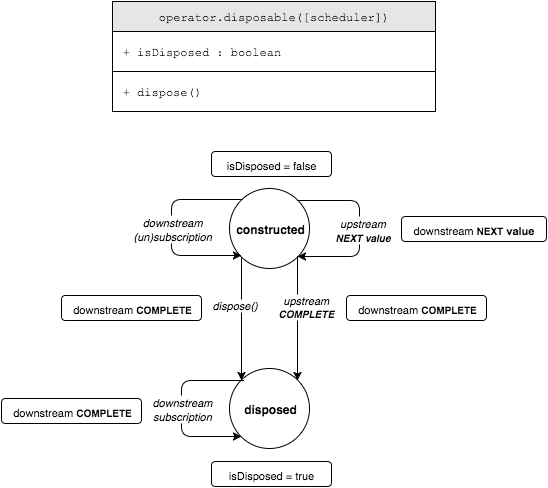
Above: operator/stimulus.png in bholloway/rxjs-operators (draw.io), before the change. Source tidied: cells renumbered, new cells last; positions are measured from the earlier drawing's top-left corner, leaving out a move shared by most shapes. Its diagram source:
```xml
<mxGraphModel background="#ffffff">
  <root>
    <mxCell id="0" />
    <mxCell id="1" parent="0" />
    <mxCell id="2" style="group;" parent="1" vertex="1">
      <mxGeometry x="111" width="323" height="110" as="geometry" />
    </mxCell>
    <mxCell id="3" style="group;" parent="2" vertex="1">
      <mxGeometry width="323" height="110" as="geometry" />
    </mxCell>
    <mxCell id="4" value="&lt;span&gt;operator.&lt;/span&gt;disposable([scheduler])" style="whiteSpace=wrap;html=1;fillColor=#E6E6E6;fontFamily=Courier New;" parent="3" vertex="1">
      <mxGeometry width="323" height="30" as="geometry" />
    </mxCell>
    <mxCell id="5" value="&lt;div&gt;&lt;span style=&quot;line-height: 1.2&quot;&gt;&amp;nbsp;+ isDisposed : boolean&lt;/span&gt;&lt;br&gt;&lt;/div&gt;" style="whiteSpace=wrap;html=1;fillColor=none;align=left;fontFamily=Courier New;" parent="3" vertex="1">
      <mxGeometry y="30" width="323" height="40" as="geometry" />
    </mxCell>
    <mxCell id="6" value="&lt;span&gt;&amp;nbsp;+ dispose()&lt;/span&gt;" style="whiteSpace=wrap;html=1;fillColor=none;align=left;fontFamily=Courier New;" parent="3" vertex="1">
      <mxGeometry y="70" width="323" height="40" as="geometry" />
    </mxCell>
    <mxCell id="7" style="group;" parent="1" vertex="1">
      <mxGeometry y="150" width="545" height="335" as="geometry" />
    </mxCell>
    <mxCell id="8" value="&lt;font style=&quot;font-size: 11px&quot;&gt;isDisposed = true&lt;/font&gt;" style="rounded=1;whiteSpace=wrap;html=1;strokeColor=#000000;fillColor=#ffffff;align=center;" parent="7" vertex="1">
      <mxGeometry x="210" y="310" width="120" height="25" as="geometry" />
    </mxCell>
    <mxCell id="9" value="&lt;font style=&quot;font-size: 11px&quot;&gt;isDisposed = false&lt;/font&gt;" style="rounded=1;whiteSpace=wrap;html=1;strokeColor=#000000;fillColor=#ffffff;align=center;" parent="7" vertex="1">
      <mxGeometry x="210" width="120" height="25" as="geometry" />
    </mxCell>
    <mxCell id="10" value="disposed" style="ellipse;whiteSpace=wrap;html=1;fillColor=#ffffff;fontStyle=1;" parent="7" vertex="1">
      <mxGeometry x="228" y="217" width="80" height="80" as="geometry" />
    </mxCell>
    <mxCell id="11" value="&lt;i&gt;&lt;span&gt;dispose()&lt;/span&gt;&lt;/i&gt;" style="endArrow=classic;html=1;entryX=0;entryY=0;exitX=0;exitY=1;" parent="7" edge="1" source="16" target="10">
      <mxGeometry x="-0.23" y="-7" relative="1" as="geometry" />
    </mxCell>
    <mxCell id="12" value="&lt;font&gt;&lt;span style=&quot;font-size: 11px&quot;&gt;downstream&lt;/span&gt;&lt;b style=&quot;font-size: 11px&quot;&gt;&amp;nbsp;&lt;/b&gt;&lt;b&gt;&lt;font style=&quot;font-size: 10px&quot;&gt;COMPLETE&lt;/font&gt;&lt;/b&gt;&lt;/font&gt;" style="rounded=1;whiteSpace=wrap;html=1;strokeColor=#000000;fillColor=#ffffff;align=center;" parent="7" vertex="1">
      <mxGeometry x="345" y="144" width="140" height="25" as="geometry" />
    </mxCell>
    <mxCell id="13" style="edgeStyle=segmentEdgeStyle;endArrow=classic;html=1;entryX=0;entryY=1;" parent="7" edge="1" target="10">
      <mxGeometry relative="1" as="geometry">
        <mxPoint x="242" y="229" as="sourcePoint" />
        <Array as="points">
          <mxPoint x="180" y="229" />
          <mxPoint x="180" y="285" />
        </Array>
      </mxGeometry>
    </mxCell>
    <mxCell id="14" value="&lt;div&gt;&lt;font style=&quot;font-size: 11px&quot;&gt;&lt;i&gt;downstream&lt;/i&gt;&lt;br&gt;&lt;/font&gt;&lt;/div&gt;&lt;div&gt;&lt;i&gt;&lt;font style=&quot;font-size: 11px&quot;&gt;subscription&lt;/font&gt;&lt;/i&gt;&lt;/div&gt;" style="text;html=1;align=center;verticalAlign=middle;labelBackgroundColor=#ffffff;" parent="13" vertex="1">
      <mxGeometry y="1" relative="1" as="geometry">
        <mxPoint x="-1" as="offset" />
      </mxGeometry>
    </mxCell>
    <mxCell id="15" value="&lt;font&gt;&lt;span style=&quot;font-size: 11px&quot;&gt;downstream&lt;/span&gt;&lt;b style=&quot;font-size: 11px&quot;&gt;&amp;nbsp;&lt;/b&gt;&lt;b&gt;&lt;font style=&quot;font-size: 10px&quot;&gt;COMPLETE&lt;/font&gt;&lt;/b&gt;&lt;/font&gt;" style="rounded=1;whiteSpace=wrap;html=1;strokeColor=#000000;fillColor=#ffffff;align=center;" parent="7" vertex="1">
      <mxGeometry y="247" width="140" height="25" as="geometry" />
    </mxCell>
    <mxCell id="16" value="constructed" style="ellipse;whiteSpace=wrap;html=1;fillColor=#ffffff;fontStyle=1;" parent="7" vertex="1">
      <mxGeometry x="228" y="37" width="80" height="80" as="geometry" />
    </mxCell>
    <mxCell id="17" style="edgeStyle=segmentEdgeStyle;endArrow=classic;html=1;entryX=0;entryY=1;" parent="7" edge="1">
      <mxGeometry x="170" y="48" as="geometry">
        <mxPoint x="241" y="48" as="sourcePoint" />
        <mxPoint x="240.4" y="104.2" as="targetPoint" />
        <Array as="points">
          <mxPoint x="241" y="48" />
          <mxPoint x="170" y="48" />
          <mxPoint x="170" y="104" />
        </Array>
      </mxGeometry>
    </mxCell>
    <mxCell id="18" value="&lt;div&gt;&lt;span style=&quot;font-size: 11px ; line-height: 13.2px&quot;&gt;&lt;i&gt;downstream&lt;/i&gt;&lt;/span&gt;&lt;/div&gt;&lt;div&gt;&lt;i&gt;&lt;font style=&quot;font-size: 11px&quot;&gt;(un)subscription&lt;/font&gt;&lt;/i&gt;&lt;/div&gt;" style="text;html=1;align=center;verticalAlign=middle;labelBackgroundColor=#ffffff;" parent="17" vertex="1">
      <mxGeometry y="1" relative="1" as="geometry">
        <mxPoint x="-1" as="offset" />
      </mxGeometry>
    </mxCell>
    <mxCell id="19" value="&lt;font&gt;&lt;span style=&quot;font-size: 11px&quot;&gt;downstream&lt;/span&gt;&lt;b style=&quot;font-size: 11px&quot;&gt;&amp;nbsp;&lt;/b&gt;&lt;b&gt;&lt;font style=&quot;font-size: 10px&quot;&gt;NEXT&lt;/font&gt;&lt;span style=&quot;font-size: 11px&quot;&gt; value&lt;/span&gt;&lt;/b&gt;&lt;/font&gt;" style="rounded=1;whiteSpace=wrap;html=1;strokeColor=#000000;fillColor=#ffffff;align=center;" parent="7" vertex="1">
      <mxGeometry x="400" y="65" width="145" height="25" as="geometry" />
    </mxCell>
    <mxCell id="20" style="edgeStyle=segmentEdgeStyle;endArrow=classic;html=1;entryX=1;entryY=1;" parent="7" edge="1" target="16">
      <mxGeometry x="358.2" y="48.9" as="geometry">
        <mxPoint x="296" y="49" as="sourcePoint" />
        <Array as="points">
          <mxPoint x="358" y="49" />
          <mxPoint x="358" y="105" />
        </Array>
      </mxGeometry>
    </mxCell>
    <mxCell id="21" value="&lt;div&gt;&lt;span&gt;&lt;i&gt;&lt;font style=&quot;font-size: 11px&quot;&gt;upstream&lt;/font&gt;&lt;/i&gt;&lt;/span&gt;&lt;br&gt;&lt;/div&gt;&lt;div&gt;&lt;i&gt;&lt;font style=&quot;font-size: 10px&quot;&gt;&lt;b&gt;NEXT value&lt;/b&gt;&lt;/font&gt;&lt;/i&gt;&lt;/div&gt;" style="text;html=1;align=center;verticalAlign=middle;labelBackgroundColor=#ffffff;" parent="20" vertex="1">
      <mxGeometry y="1" relative="1" as="geometry">
        <mxPoint x="2" as="offset" />
      </mxGeometry>
    </mxCell>
    <mxCell id="22" value="&lt;div&gt;&lt;i&gt;&lt;font&gt;upstream&lt;/font&gt;&lt;/i&gt;&lt;br&gt;&lt;/div&gt;&lt;div&gt;&lt;i&gt;&lt;font style=&quot;font-size: 10px&quot;&gt;&lt;b&gt;COMPLETE&lt;/b&gt;&lt;/font&gt;&lt;/i&gt;&lt;/div&gt;" style="endArrow=classic;html=1;entryX=1;entryY=0;exitX=1;exitY=1;" parent="7" edge="1" source="16" target="10">
      <mxGeometry x="-166" y="953" as="geometry">
        <mxPoint x="9" y="-12" as="offset" />
      </mxGeometry>
    </mxCell>
    <mxCell id="23" value="&lt;font&gt;&lt;span style=&quot;font-size: 11px&quot;&gt;downstream&lt;/span&gt;&lt;b style=&quot;font-size: 11px&quot;&gt;&amp;nbsp;&lt;/b&gt;&lt;b&gt;&lt;font style=&quot;font-size: 10px&quot;&gt;COMPLETE&lt;/font&gt;&lt;/b&gt;&lt;/font&gt;" style="rounded=1;whiteSpace=wrap;html=1;strokeColor=#000000;fillColor=#ffffff;align=center;" parent="7" vertex="1">
      <mxGeometry x="60" y="144" width="140" height="25" as="geometry" />
    </mxCell>
  </root>
</mxGraphModel>
```
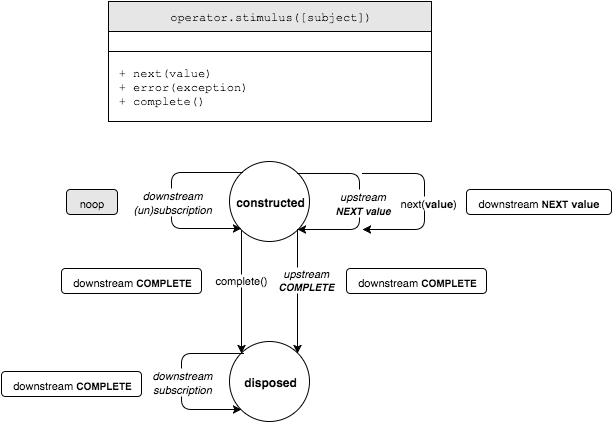
After the change.

What changed in the source:
```diff
@@ -2,45 +2,36 @@
   <root>
     <mxCell id="0" />
     <mxCell id="1" parent="0" />
-    <mxCell id="2" style="group;" parent="1" vertex="1">
-      <mxGeometry x="111" width="323" height="110" as="geometry" />
-    </mxCell>
-    <mxCell id="3" style="group;" parent="2" vertex="1">
-      <mxGeometry width="323" height="110" as="geometry" />
-    </mxCell>
+    <mxCell id="24" style="group;" parent="1" vertex="1">
+      <mxGeometry x="107" y="42" width="323" height="120" as="geometry" />
+    </mxCell>
-    <mxCell id="4" value="&lt;span&gt;operator.&lt;/span&gt;disposable([scheduler])" style="whiteSpace=wrap;html=1;fillColor=#E6E6E6;fontFamily=Courier New;" parent="3" vertex="1">
+    <mxCell id="4" value="&lt;span&gt;operator.&lt;/span&gt;stimulus([subject])" style="whiteSpace=wrap;html=1;fillColor=#E6E6E6;fontFamily=Courier New;" parent="24" vertex="1">
       <mxGeometry width="323" height="30" as="geometry" />
     </mxCell>
-    <mxCell id="5" value="&lt;div&gt;&lt;span style=&quot;line-height: 1.2&quot;&gt;&amp;nbsp;+ isDisposed : boolean&lt;/span&gt;&lt;br&gt;&lt;/div&gt;" style="whiteSpace=wrap;html=1;fillColor=none;align=left;fontFamily=Courier New;" parent="3" vertex="1">
-      <mxGeometry y="30" width="323" height="40" as="geometry" />
+    <mxCell id="5" value="&lt;div&gt;&amp;nbsp;+ next(value)&lt;/div&gt;&lt;div&gt;&amp;nbsp;+ error(exception)&lt;/div&gt;&lt;div&gt;&amp;nbsp;+ complete()&lt;/div&gt;" style="whiteSpace=wrap;html=1;fillColor=none;align=left;fontFamily=Courier New;" parent="24" vertex="1">
+      <mxGeometry y="50" width="323" height="70" as="geometry" />
     </mxCell>
-    <mxCell id="6" value="&lt;span&gt;&amp;nbsp;+ dispose()&lt;/span&gt;" style="whiteSpace=wrap;html=1;fillColor=none;align=left;fontFamily=Courier New;" parent="3" vertex="1">
-      <mxGeometry y="70" width="323" height="40" as="geometry" />
+    <mxCell id="6" style="whiteSpace=wrap;html=1;fillColor=none;align=left;fontFamily=Courier New;" parent="24" vertex="1">
+      <mxGeometry y="30" width="323" height="20" as="geometry" />
     </mxCell>
-    <mxCell id="7" style="group;" parent="1" vertex="1">
-      <mxGeometry y="150" width="545" height="335" as="geometry" />
-    </mxCell>
-    <mxCell id="8" value="&lt;font style=&quot;font-size: 11px&quot;&gt;isDisposed = true&lt;/font&gt;" style="rounded=1;whiteSpace=wrap;html=1;strokeColor=#000000;fillColor=#ffffff;align=center;" parent="7" vertex="1">
-      <mxGeometry x="210" y="310" width="120" height="25" as="geometry" />
-    </mxCell>
-    <mxCell id="9" value="&lt;font style=&quot;font-size: 11px&quot;&gt;isDisposed = false&lt;/font&gt;" style="rounded=1;whiteSpace=wrap;html=1;strokeColor=#000000;fillColor=#ffffff;align=center;" parent="7" vertex="1">
-      <mxGeometry x="210" width="120" height="25" as="geometry" />
-    </mxCell>
+    <mxCell id="25" style="group;fontStyle=1;fontColor=#FFFFFF;" parent="1" vertex="1">
+      <mxGeometry y="202" width="610" height="260" as="geometry" />
+    </mxCell>
-    <mxCell id="10" value="disposed" style="ellipse;whiteSpace=wrap;html=1;fillColor=#ffffff;fontStyle=1;" parent="7" vertex="1">
-      <mxGeometry x="228" y="217" width="80" height="80" as="geometry" />
+    <mxCell id="10" value="disposed" style="ellipse;whiteSpace=wrap;html=1;fillColor=#ffffff;fontStyle=1;" parent="25" vertex="1">
+      <mxGeometry x="228" y="180" width="80" height="80" as="geometry" />
     </mxCell>
-    <mxCell id="11" value="&lt;i&gt;&lt;span&gt;dispose()&lt;/span&gt;&lt;/i&gt;" style="endArrow=classic;html=1;entryX=0;entryY=0;exitX=0;exitY=1;" parent="7" edge="1" source="16" target="10">
-      <mxGeometry x="-0.23" y="-7" relative="1" as="geometry" />
+    <mxCell id="11" value="complete()" style="endArrow=classic;html=1;entryX=0;entryY=0;exitX=0;exitY=1;" parent="25" edge="1" source="16" target="10">
+      <mxGeometry x="-0.19" relative="1" as="geometry" />
     </mxCell>
-    <mxCell id="12" value="&lt;font&gt;&lt;span style=&quot;font-size: 11px&quot;&gt;downstream&lt;/span&gt;&lt;b style=&quot;font-size: 11px&quot;&gt;&amp;nbsp;&lt;/b&gt;&lt;b&gt;&lt;font style=&quot;font-size: 10px&quot;&gt;COMPLETE&lt;/font&gt;&lt;/b&gt;&lt;/font&gt;" style="rounded=1;whiteSpace=wrap;html=1;strokeColor=#000000;fillColor=#ffffff;align=center;" parent="7" vertex="1">
-      <mxGeometry x="345" y="144" width="140" height="25" as="geometry" />
+    <mxCell id="12" value="&lt;font&gt;&lt;span style=&quot;font-size: 11px&quot;&gt;downstream&lt;/span&gt;&lt;b style=&quot;font-size: 11px&quot;&gt;&amp;nbsp;&lt;/b&gt;&lt;b&gt;&lt;font style=&quot;font-size: 10px&quot;&gt;COMPLETE&lt;/font&gt;&lt;/b&gt;&lt;/font&gt;" style="rounded=1;whiteSpace=wrap;html=1;strokeColor=#000000;fillColor=#ffffff;align=center;" parent="25" vertex="1">
+      <mxGeometry x="345" y="107" width="140" height="25" as="geometry" />
     </mxCell>
-    <mxCell id="13" style="edgeStyle=segmentEdgeStyle;endArrow=classic;html=1;entryX=0;entryY=1;" parent="7" edge="1" target="10">
+    <mxCell id="13" style="edgeStyle=segmentEdgeStyle;endArrow=classic;html=1;entryX=0;entryY=1;" parent="25" edge="1" target="10">
       <mxGeometry relative="1" as="geometry">
-        <mxPoint x="242" y="229" as="sourcePoint" />
+        <mxPoint x="242" y="192" as="sourcePoint" />
         <Array as="points">
-          <mxPoint x="180" y="229" />
-          <mxPoint x="180" y="285" />
+          <mxPoint x="180" y="192" />
+          <mxPoint x="180" y="248" />
         </Array>
       </mxGeometry>
     </mxCell>
@@ -49,20 +40,20 @@
         <mxPoint x="-1" as="offset" />
       </mxGeometry>
     </mxCell>
-    <mxCell id="15" value="&lt;font&gt;&lt;span style=&quot;font-size: 11px&quot;&gt;downstream&lt;/span&gt;&lt;b style=&quot;font-size: 11px&quot;&gt;&amp;nbsp;&lt;/b&gt;&lt;b&gt;&lt;font style=&quot;font-size: 10px&quot;&gt;COMPLETE&lt;/font&gt;&lt;/b&gt;&lt;/font&gt;" style="rounded=1;whiteSpace=wrap;html=1;strokeColor=#000000;fillColor=#ffffff;align=center;" parent="7" vertex="1">
-      <mxGeometry y="247" width="140" height="25" as="geometry" />
+    <mxCell id="15" value="&lt;font&gt;&lt;span style=&quot;font-size: 11px&quot;&gt;downstream&lt;/span&gt;&lt;b style=&quot;font-size: 11px&quot;&gt;&amp;nbsp;&lt;/b&gt;&lt;b&gt;&lt;font style=&quot;font-size: 10px&quot;&gt;COMPLETE&lt;/font&gt;&lt;/b&gt;&lt;/font&gt;" style="rounded=1;whiteSpace=wrap;html=1;strokeColor=#000000;fillColor=#ffffff;align=center;" parent="25" vertex="1">
+      <mxGeometry y="210" width="140" height="25" as="geometry" />
     </mxCell>
-    <mxCell id="16" value="constructed" style="ellipse;whiteSpace=wrap;html=1;fillColor=#ffffff;fontStyle=1;" parent="7" vertex="1">
-      <mxGeometry x="228" y="37" width="80" height="80" as="geometry" />
+    <mxCell id="16" value="constructed" style="ellipse;whiteSpace=wrap;html=1;fillColor=#ffffff;fontStyle=1;" parent="25" vertex="1">
+      <mxGeometry x="228" width="80" height="80" as="geometry" />
     </mxCell>
-    <mxCell id="17" style="edgeStyle=segmentEdgeStyle;endArrow=classic;html=1;entryX=0;entryY=1;" parent="7" edge="1">
-      <mxGeometry x="170" y="48" as="geometry">
-        <mxPoint x="241" y="48" as="sourcePoint" />
-        <mxPoint x="240.4" y="104.2" as="targetPoint" />
+    <mxCell id="17" style="edgeStyle=segmentEdgeStyle;endArrow=classic;html=1;entryX=0;entryY=1;" parent="25" edge="1">
+      <mxGeometry x="170" y="11" as="geometry">
+        <mxPoint x="241" y="11" as="sourcePoint" />
+        <mxPoint x="240.4" y="67.2" as="targetPoint" />
         <Array as="points">
-          <mxPoint x="241" y="48" />
-          <mxPoint x="170" y="48" />
-          <mxPoint x="170" y="104" />
+          <mxPoint x="241" y="11" />
+          <mxPoint x="170" y="11" />
+          <mxPoint x="170" y="67" />
         </Array>
       </mxGeometry>
     </mxCell>
@@ -71,15 +62,15 @@
         <mxPoint x="-1" as="offset" />
       </mxGeometry>
     </mxCell>
-    <mxCell id="19" value="&lt;font&gt;&lt;span style=&quot;font-size: 11px&quot;&gt;downstream&lt;/span&gt;&lt;b style=&quot;font-size: 11px&quot;&gt;&amp;nbsp;&lt;/b&gt;&lt;b&gt;&lt;font style=&quot;font-size: 10px&quot;&gt;NEXT&lt;/font&gt;&lt;span style=&quot;font-size: 11px&quot;&gt; value&lt;/span&gt;&lt;/b&gt;&lt;/font&gt;" style="rounded=1;whiteSpace=wrap;html=1;strokeColor=#000000;fillColor=#ffffff;align=center;" parent="7" vertex="1">
-      <mxGeometry x="400" y="65" width="145" height="25" as="geometry" />
+    <mxCell id="19" value="&lt;font&gt;&lt;span style=&quot;font-size: 11px&quot;&gt;downstream&lt;/span&gt;&lt;b style=&quot;font-size: 11px&quot;&gt;&amp;nbsp;&lt;/b&gt;&lt;b&gt;&lt;font style=&quot;font-size: 10px&quot;&gt;NEXT&lt;/font&gt;&lt;span style=&quot;font-size: 11px&quot;&gt; value&lt;/span&gt;&lt;/b&gt;&lt;/font&gt;" style="rounded=1;whiteSpace=wrap;html=1;strokeColor=#000000;fillColor=#ffffff;align=center;" parent="25" vertex="1">
+      <mxGeometry x="465" y="28" width="145" height="25" as="geometry" />
     </mxCell>
-    <mxCell id="20" style="edgeStyle=segmentEdgeStyle;endArrow=classic;html=1;entryX=1;entryY=1;" parent="7" edge="1" target="16">
-      <mxGeometry x="358.2" y="48.9" as="geometry">
-        <mxPoint x="296" y="49" as="sourcePoint" />
+    <mxCell id="20" style="edgeStyle=segmentEdgeStyle;endArrow=classic;html=1;entryX=1;entryY=1;" parent="25" edge="1" target="16">
+      <mxGeometry x="358.2" y="11.9" as="geometry">
+        <mxPoint x="296" y="12" as="sourcePoint" />
         <Array as="points">
-          <mxPoint x="358" y="49" />
-          <mxPoint x="358" y="105" />
+          <mxPoint x="358" y="12" />
+          <mxPoint x="358" y="68" />
         </Array>
       </mxGeometry>
     </mxCell>
@@ -88,13 +79,31 @@
         <mxPoint x="2" as="offset" />
       </mxGeometry>
     </mxCell>
-    <mxCell id="22" value="&lt;div&gt;&lt;i&gt;&lt;font&gt;upstream&lt;/font&gt;&lt;/i&gt;&lt;br&gt;&lt;/div&gt;&lt;div&gt;&lt;i&gt;&lt;font style=&quot;font-size: 10px&quot;&gt;&lt;b&gt;COMPLETE&lt;/b&gt;&lt;/font&gt;&lt;/i&gt;&lt;/div&gt;" style="endArrow=classic;html=1;entryX=1;entryY=0;exitX=1;exitY=1;" parent="7" edge="1" source="16" target="10">
-      <mxGeometry x="-166" y="953" as="geometry">
+    <mxCell id="22" value="&lt;div&gt;&lt;i&gt;&lt;font&gt;upstream&lt;/font&gt;&lt;/i&gt;&lt;br&gt;&lt;/div&gt;&lt;div&gt;&lt;i&gt;&lt;font style=&quot;font-size: 10px&quot;&gt;&lt;b&gt;COMPLETE&lt;/b&gt;&lt;/font&gt;&lt;/i&gt;&lt;/div&gt;" style="endArrow=classic;html=1;entryX=1;entryY=0;exitX=1;exitY=1;" parent="25" edge="1" source="16" target="10">
+      <mxGeometry x="-166" y="916" as="geometry">
         <mxPoint x="9" y="-12" as="offset" />
       </mxGeometry>
     </mxCell>
+    <mxCell id="7" style="edgeStyle=segmentEdgeStyle;endArrow=classic;html=1;entryX=1;entryY=1;" parent="25" edge="1">
+      <mxGeometry x="423.2" y="11.9" as="geometry">
+        <mxPoint x="361" y="12" as="sourcePoint" />
+        <mxPoint x="361" y="68" as="targetPoint" />
+        <Array as="points">
+          <mxPoint x="423" y="12" />
+          <mxPoint x="423" y="68" />
+        </Array>
+      </mxGeometry>
+    </mxCell>
+    <mxCell id="26" value="&lt;div&gt;&lt;span style=&quot;font-size: 11px ; line-height: 13.2px&quot;&gt;next(&lt;b&gt;value&lt;/b&gt;)&lt;/span&gt;&lt;/div&gt;" style="text;html=1;align=center;verticalAlign=middle;labelBackgroundColor=#ffffff;" parent="7" vertex="1">
+      <mxGeometry y="1" relative="1" as="geometry">
+        <mxPoint x="2" as="offset" />
+      </mxGeometry>
+    </mxCell>
+    <mxCell id="27" value="&lt;span style=&quot;font-size: 11px ; line-height: 13.2px&quot;&gt;noop&lt;/span&gt;" style="rounded=1;whiteSpace=wrap;html=1;strokeColor=#000000;fillColor=#E6E6E6;align=center;" parent="25" vertex="1">
+      <mxGeometry x="65" y="28" width="51" height="25" as="geometry" />
+    </mxCell>
-    <mxCell id="23" value="&lt;font&gt;&lt;span style=&quot;font-size: 11px&quot;&gt;downstream&lt;/span&gt;&lt;b style=&quot;font-size: 11px&quot;&gt;&amp;nbsp;&lt;/b&gt;&lt;b&gt;&lt;font style=&quot;font-size: 10px&quot;&gt;COMPLETE&lt;/font&gt;&lt;/b&gt;&lt;/font&gt;" style="rounded=1;whiteSpace=wrap;html=1;strokeColor=#000000;fillColor=#ffffff;align=center;" parent="7" vertex="1">
-      <mxGeometry x="60" y="144" width="140" height="25" as="geometry" />
+    <mxCell id="23" value="&lt;font&gt;&lt;span style=&quot;font-size: 11px&quot;&gt;downstream&lt;/span&gt;&lt;b style=&quot;font-size: 11px&quot;&gt;&amp;nbsp;&lt;/b&gt;&lt;b&gt;&lt;font style=&quot;font-size: 10px&quot;&gt;COMPLETE&lt;/font&gt;&lt;/b&gt;&lt;/font&gt;" style="rounded=1;whiteSpace=wrap;html=1;strokeColor=#000000;fillColor=#ffffff;align=center;" parent="25" vertex="1">
+      <mxGeometry x="60" y="107" width="140" height="25" as="geometry" />
     </mxCell>
   </root>
 </mxGraphModel>
```
